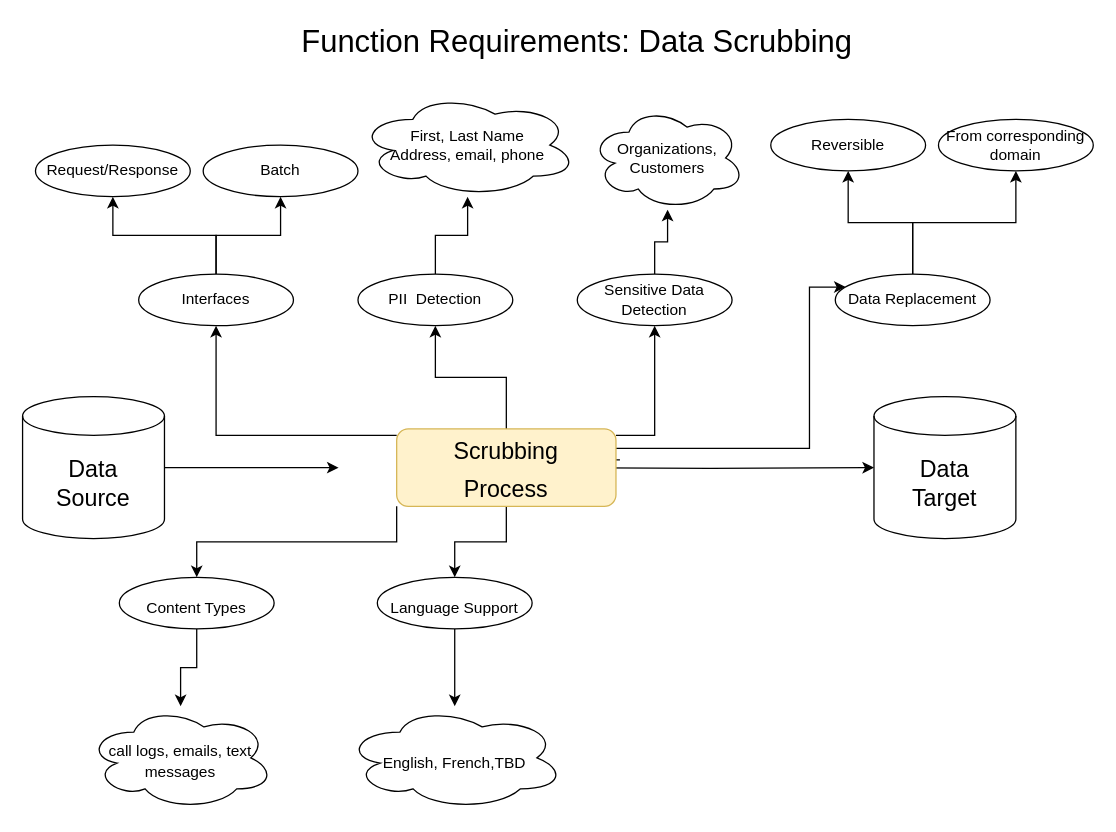
The draw.io diagram page "Functional Reqs." (5 of 15) of AB2 - 2022-11-29-v4.drawio in fotoby/ab3, before the edit. Source tidied: cells renumbered, new cells numbered last; positions are measured from the earlier drawing's top-left corner, leaving out a move shared by most shapes. Both pictures are drawn from the tidied source at 129%, with x=0, y=0 at pixel (22, 22).
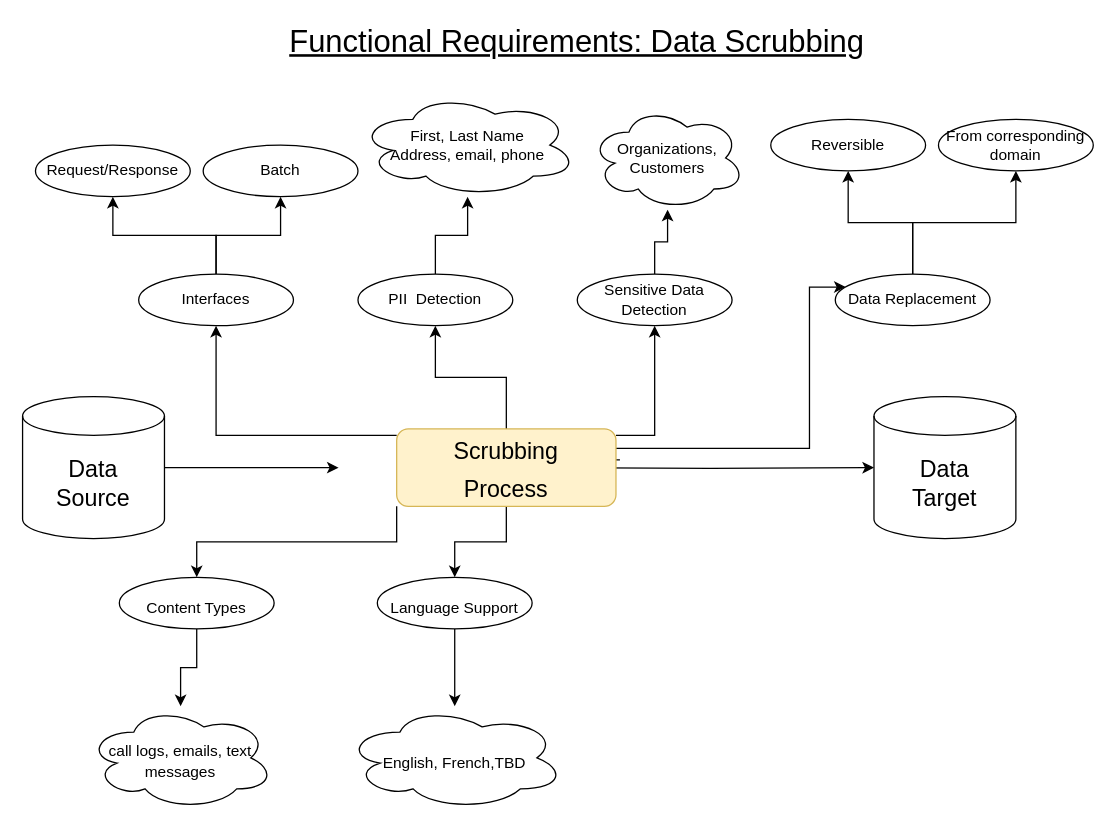
After the change.

What changed in the source:
```diff
@@
-    <mxCell id="14" value="&lt;font style=&quot;font-size: 24px;&quot;&gt;Function Requirements: Data Scrubbing&lt;/font&gt;" style="text;html=1;strokeColor=none;fillColor=none;align=center;verticalAlign=middle;whiteSpace=wrap;rounded=0;fontSize=16;" parent="1" vertex="1">
+    <mxCell id="14" value="&lt;font style=&quot;font-size: 24px;&quot;&gt;&lt;u&gt;Functional Requirements: Data Scrubbing&lt;/u&gt;&lt;/font&gt;" style="text;html=1;strokeColor=none;fillColor=none;align=center;verticalAlign=middle;whiteSpace=wrap;rounded=0;fontSize=16;" parent="1" vertex="1">
       <mxGeometry x="170" width="520" height="30" as="geometry" />
     </mxCell>
```
